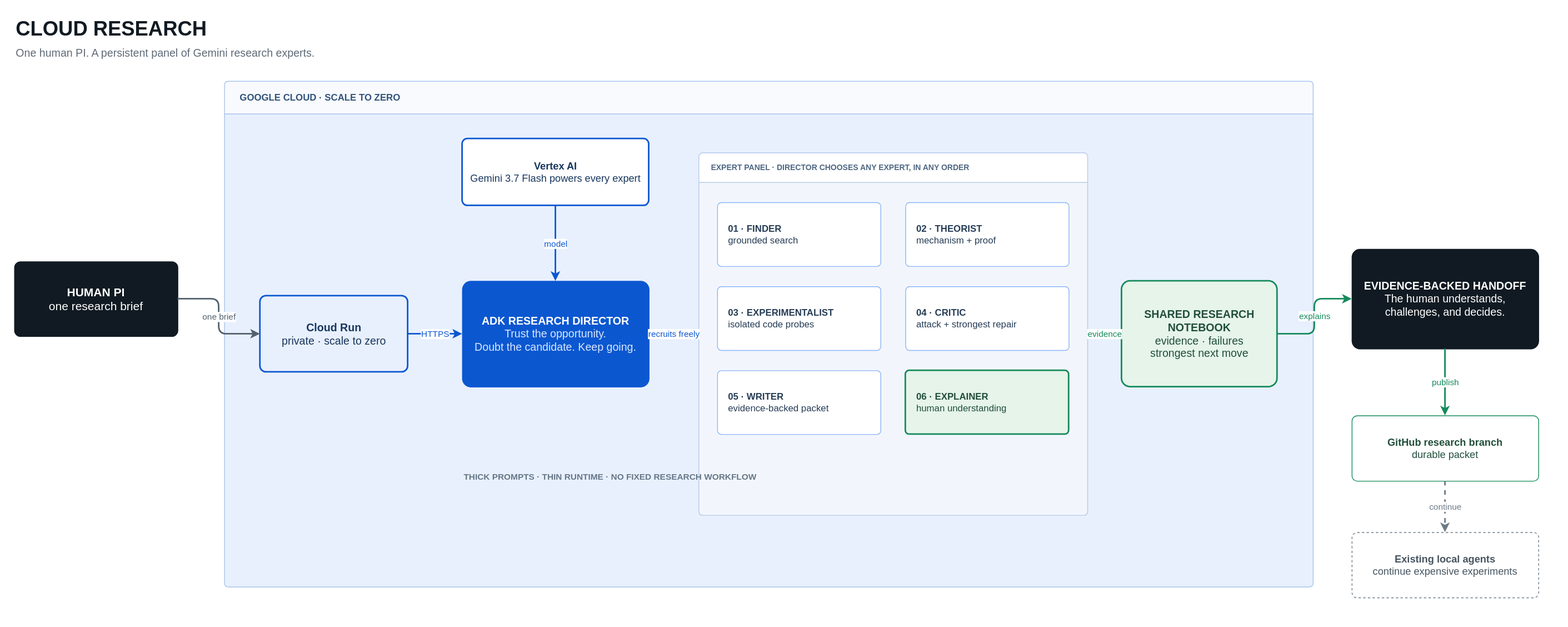
Earlier version of the draw.io export docs/cloud-research-architecture.drawio.svg (plbbl/cloud-research). Source tidied: cells renumbered, new cells last; positions are measured from the earlier drawing's top-left corner, leaving out a move shared by most shapes.
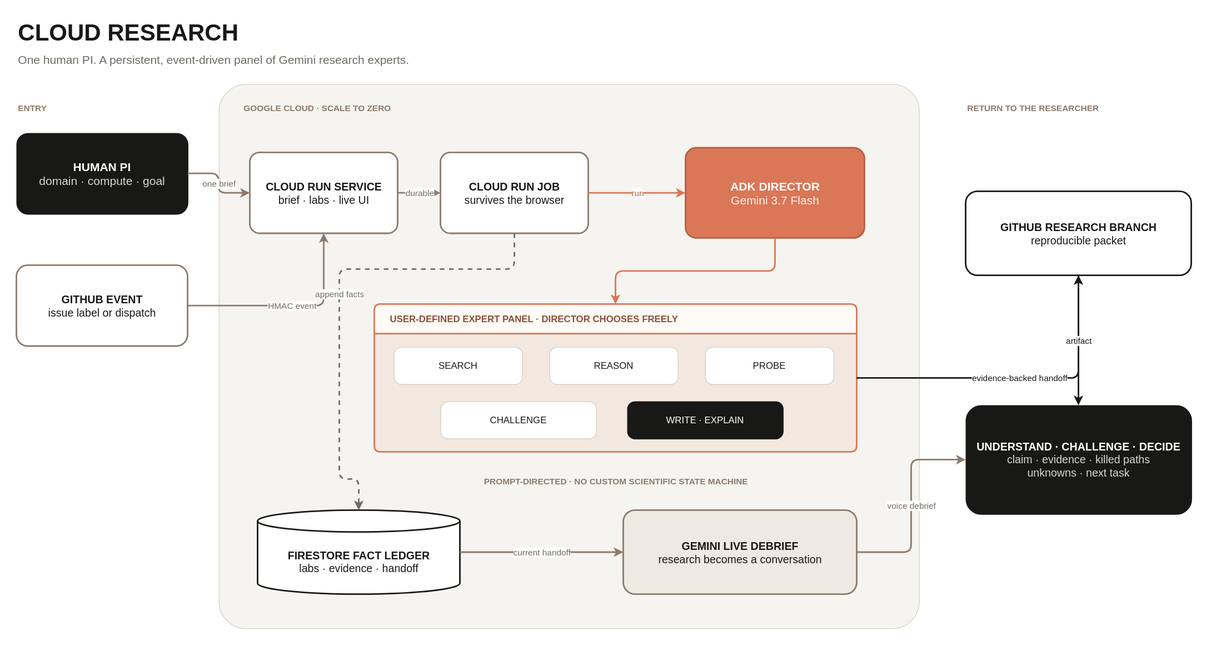
After the commit.

Change to the diagram source:
```diff
@@ -2,86 +2,107 @@
   <root>
     <mxCell id="0" />
     <mxCell id="1" parent="0" />
-    <mxCell id="2" value="CLOUD RESEARCH" style="text;html=1;align=left;verticalAlign=middle;fontSize=26;fontStyle=1;fontColor=#111A22;" parent="1" vertex="1">
-      <mxGeometry width="500" height="38" as="geometry" />
+    <mxCell id="2" value="CLOUD RESEARCH" style="text;html=1;align=left;verticalAlign=middle;fontSize=30;fontStyle=1;fontColor=#181817;" parent="1" vertex="1">
+      <mxGeometry x="-10" width="600" height="42" as="geometry" />
     </mxCell>
-    <mxCell id="3" value="One human PI. A persistent panel of Gemini research experts." style="text;html=1;align=left;verticalAlign=middle;fontSize=14;fontColor=#5F6B76;" parent="1" vertex="1">
-      <mxGeometry y="36" width="700" height="28" as="geometry" />
+    <mxCell id="3" value="One human PI. A persistent, event-driven panel of Gemini research experts." style="text;html=1;align=left;verticalAlign=middle;fontSize=15;fontColor=#6F6B64;" parent="1" vertex="1">
+      <mxGeometry x="-10" y="42" width="820" height="28" as="geometry" />
     </mxCell>
-    <mxCell id="4" value="&lt;b&gt;HUMAN PI&lt;/b&gt;&lt;br&gt;one research brief" style="rounded=1;arcSize=8;whiteSpace=wrap;html=1;fillColor=#111A22;strokeColor=#111A22;fontColor=#FFFFFF;fontSize=15;spacing=10;" parent="1" vertex="1">
-      <mxGeometry y="318" width="210" height="96" as="geometry" />
-    </mxCell>
+    <mxCell id="29" value="ENTRY" style="text;html=1;align=left;fontSize=11;fontStyle=1;fontColor=#8C7A6B;" parent="1" vertex="1">
+      <mxGeometry x="-10" y="106" width="220" height="24" as="geometry" />
+    </mxCell>
+    <mxCell id="30" value="&lt;b&gt;HUMAN PI&lt;/b&gt;&lt;br&gt;&lt;font color=&quot;#D9D6CF&quot;&gt;domain · compute · goal&lt;/font&gt;" style="rounded=1;arcSize=14;whiteSpace=wrap;html=1;fillColor=#181817;strokeColor=#181817;fontColor=#FFFFFF;fontSize=15;spacing=12;" parent="1" vertex="1">
+      <mxGeometry x="-10" y="151" width="220" height="104" as="geometry" />
+    </mxCell>
+    <mxCell id="31" value="&lt;b&gt;GITHUB EVENT&lt;/b&gt;&lt;br&gt;issue label or dispatch" style="rounded=1;arcSize=14;whiteSpace=wrap;html=1;fillColor=#FFFFFF;strokeColor=#8C7A6B;strokeWidth=2;fontColor=#181817;fontSize=14;spacing=12;" parent="1" vertex="1">
+      <mxGeometry x="-10" y="321" width="220" height="104" as="geometry" />
+    </mxCell>
-    <mxCell id="5" value="GOOGLE CLOUD · SCALE TO ZERO" style="swimlane;startSize=42;rounded=1;arcSize=4;whiteSpace=wrap;html=1;fillColor=#F8FAFD;swimlaneFillColor=#E8F0FE;strokeColor=#A8C3EB;fontColor=#31527A;fontStyle=1;fontSize=12;align=left;spacingLeft=18;" parent="1" vertex="1">
-      <mxGeometry x="270" y="86" width="1400" height="650" as="geometry" />
+    <mxCell id="5" style="rounded=1;arcSize=5;whiteSpace=wrap;html=1;fillColor=#F6F4F0;strokeColor=#D6D0C7;" parent="1" vertex="1">
+      <mxGeometry x="250" y="88" width="900" height="700" as="geometry" />
     </mxCell>
-    <mxCell id="6" value="&lt;b&gt;Cloud Run&lt;/b&gt;&lt;br&gt;private · scale to zero" style="rounded=1;arcSize=8;whiteSpace=wrap;html=1;fillColor=#E8F0FE;strokeColor=#0B57D0;strokeWidth=2;fontColor=#17365D;fontSize=14;spacing=8;" parent="5" vertex="1">
-      <mxGeometry x="46" y="276" width="190" height="98" as="geometry" />
-    </mxCell>
-    <mxCell id="7" value="&lt;b&gt;Vertex AI&lt;/b&gt;&lt;br&gt;Gemini 3.7 Flash powers every expert" style="rounded=1;arcSize=8;whiteSpace=wrap;html=1;fillColor=#FFFFFF;strokeColor=#0B57D0;strokeWidth=2;fontColor=#17365D;fontSize=13;spacing=8;" parent="5" vertex="1">
-      <mxGeometry x="306" y="74" width="240" height="86" as="geometry" />
-    </mxCell>
+    <mxCell id="32" value="GOOGLE CLOUD · SCALE TO ZERO" style="text;html=1;align=left;fontSize=11;fontStyle=1;fontColor=#8C7A6B;" parent="1" vertex="1">
+      <mxGeometry x="280" y="106" width="420" height="24" as="geometry" />
+    </mxCell>
+    <mxCell id="33" value="&lt;b&gt;CLOUD RUN SERVICE&lt;/b&gt;&lt;br&gt;brief · labs · live UI" style="rounded=1;arcSize=12;whiteSpace=wrap;html=1;fillColor=#FFFFFF;strokeColor=#8C7A6B;strokeWidth=2;fontColor=#181817;fontSize=14;spacing=10;" parent="1" vertex="1">
+      <mxGeometry x="290" y="176" width="190" height="104" as="geometry" />
+    </mxCell>
+    <mxCell id="34" value="&lt;b&gt;CLOUD RUN JOB&lt;/b&gt;&lt;br&gt;survives the browser" style="rounded=1;arcSize=12;whiteSpace=wrap;html=1;fillColor=#FFFFFF;strokeColor=#8C7A6B;strokeWidth=2;fontColor=#181817;fontSize=14;spacing=10;" parent="1" vertex="1">
+      <mxGeometry x="535" y="176" width="190" height="104" as="geometry" />
+    </mxCell>
-    <mxCell id="8" value="&lt;b&gt;ADK RESEARCH DIRECTOR&lt;/b&gt;&lt;br&gt;&lt;font color=&quot;#D9E7FF&quot;&gt;Trust the opportunity.&lt;br&gt;Doubt the candidate. Keep going.&lt;/font&gt;" style="rounded=1;arcSize=8;whiteSpace=wrap;html=1;fillColor=#0B57D0;strokeColor=#0B57D0;fontColor=#FFFFFF;fontSize=14;spacing=12;" parent="5" vertex="1">
-      <mxGeometry x="306" y="257" width="240" height="136" as="geometry" />
+    <mxCell id="8" value="&lt;b&gt;ADK DIRECTOR&lt;/b&gt;&lt;br&gt;&lt;font color=&quot;#FFF0EA&quot;&gt;Gemini 3.7 Flash&lt;/font&gt;" style="rounded=1;arcSize=12;whiteSpace=wrap;html=1;fillColor=#D97757;strokeColor=#B95E42;strokeWidth=2;fontColor=#FFFFFF;fontSize=15;spacing=12;" parent="1" vertex="1">
+      <mxGeometry x="850" y="170" width="230" height="116" as="geometry" />
     </mxCell>
+    <mxCell id="35" value="PROMPT-DIRECTED · NO CUSTOM SCIENTIFIC STATE MACHINE" style="text;html=1;align=center;fontSize=11;fontStyle=1;fontColor=#8C7A6B;" parent="1" vertex="1">
+      <mxGeometry x="450" y="586" width="620" height="28" as="geometry" />
+    </mxCell>
-    <mxCell id="9" value="EXPERT PANEL · DIRECTOR CHOOSES ANY EXPERT, IN ANY ORDER" style="swimlane;startSize=38;rounded=1;arcSize=5;whiteSpace=wrap;html=1;fillColor=#FFFFFF;swimlaneFillColor=#F2F6FC;strokeColor=#B6CAE7;fontColor=#4E6783;fontStyle=1;fontSize=10;align=left;spacingLeft=14;" parent="5" vertex="1">
-      <mxGeometry x="610" y="92" width="500" height="466" as="geometry" />
+    <mxCell id="9" value="USER-DEFINED EXPERT PANEL · DIRECTOR CHOOSES FREELY" style="swimlane;startSize=38;rounded=1;arcSize=7;whiteSpace=wrap;html=1;fillColor=#FFFBF7;swimlaneFillColor=#F3E8DF;strokeColor=#D97757;strokeWidth=2;fontColor=#8B4F39;fontStyle=1;fontSize=12;align=left;spacingLeft=18;" parent="1" vertex="1">
+      <mxGeometry x="450" y="371" width="620" height="190" as="geometry" />
     </mxCell>
-    <mxCell id="10" value="&lt;b&gt;01 · FINDER&lt;/b&gt;&lt;br&gt;grounded search" style="rounded=1;arcSize=6;whiteSpace=wrap;html=1;fillColor=#FFFFFF;strokeColor=#8AB4F8;fontColor=#263C55;fontSize=12;align=left;spacingLeft=12;" parent="9" vertex="1">
-      <mxGeometry x="24" y="64" width="210" height="82" as="geometry" />
+    <mxCell id="10" value="SEARCH" style="rounded=1;arcSize=20;whiteSpace=wrap;html=1;fillColor=#FFFFFF;strokeColor=#D6D0C7;fontColor=#181817;fontSize=12;" parent="1" vertex="1">
+      <mxGeometry x="475" y="426" width="165" height="48" as="geometry" />
     </mxCell>
-    <mxCell id="11" value="&lt;b&gt;02 · THEORIST&lt;/b&gt;&lt;br&gt;mechanism + proof" style="rounded=1;arcSize=6;whiteSpace=wrap;html=1;fillColor=#FFFFFF;strokeColor=#8AB4F8;fontColor=#263C55;fontSize=12;align=left;spacingLeft=12;" parent="9" vertex="1">
-      <mxGeometry x="266" y="64" width="210" height="82" as="geometry" />
-    </mxCell>
-    <mxCell id="12" value="&lt;b&gt;03 · EXPERIMENTALIST&lt;/b&gt;&lt;br&gt;isolated code probes" style="rounded=1;arcSize=6;whiteSpace=wrap;html=1;fillColor=#FFFFFF;strokeColor=#8AB4F8;fontColor=#263C55;fontSize=12;align=left;spacingLeft=12;" parent="9" vertex="1">
-      <mxGeometry x="24" y="172" width="210" height="82" as="geometry" />
-    </mxCell>
-    <mxCell id="13" value="&lt;b&gt;04 · CRITIC&lt;/b&gt;&lt;br&gt;attack + strongest repair" style="rounded=1;arcSize=6;whiteSpace=wrap;html=1;fillColor=#FFFFFF;strokeColor=#8AB4F8;fontColor=#263C55;fontSize=12;align=left;spacingLeft=12;" parent="9" vertex="1">
-      <mxGeometry x="266" y="172" width="210" height="82" as="geometry" />
-    </mxCell>
-    <mxCell id="14" value="&lt;b&gt;05 · WRITER&lt;/b&gt;&lt;br&gt;evidence-backed packet" style="rounded=1;arcSize=6;whiteSpace=wrap;html=1;fillColor=#FFFFFF;strokeColor=#8AB4F8;fontColor=#263C55;fontSize=12;align=left;spacingLeft=12;" parent="9" vertex="1">
-      <mxGeometry x="24" y="280" width="210" height="82" as="geometry" />
-    </mxCell>
-    <mxCell id="15" value="&lt;b&gt;06 · EXPLAINER&lt;/b&gt;&lt;br&gt;human understanding" style="rounded=1;arcSize=6;whiteSpace=wrap;html=1;fillColor=#E6F4EA;strokeColor=#168A5B;strokeWidth=2;fontColor=#214E3B;fontSize=12;align=left;spacingLeft=12;" parent="9" vertex="1">
-      <mxGeometry x="266" y="280" width="210" height="82" as="geometry" />
-    </mxCell>
-    <mxCell id="16" value="&lt;b&gt;SHARED RESEARCH NOTEBOOK&lt;/b&gt;&lt;br&gt;evidence · failures&lt;br&gt;strongest next move" style="rounded=1;arcSize=8;whiteSpace=wrap;html=1;fillColor=#E6F4EA;strokeColor=#168A5B;strokeWidth=2;fontColor=#214E3B;fontSize=14;spacing=10;" parent="5" vertex="1">
-      <mxGeometry x="1154" y="257" width="200" height="136" as="geometry" />
-    </mxCell>
-    <mxCell id="17" value="THICK PROMPTS · THIN RUNTIME · NO FIXED RESEARCH WORKFLOW" style="text;html=1;align=left;verticalAlign=middle;fontSize=11;fontStyle=1;fontColor=#677788;" parent="5" vertex="1">
-      <mxGeometry x="306" y="486" width="290" height="46" as="geometry" />
-    </mxCell>
+    <mxCell id="36" value="REASON" style="rounded=1;arcSize=20;whiteSpace=wrap;html=1;fillColor=#FFFFFF;strokeColor=#D6D0C7;fontColor=#181817;fontSize=12;" parent="1" vertex="1">
+      <mxGeometry x="675" y="426" width="165" height="48" as="geometry" />
+    </mxCell>
+    <mxCell id="37" value="PROBE" style="rounded=1;arcSize=20;whiteSpace=wrap;html=1;fillColor=#FFFFFF;strokeColor=#D6D0C7;fontColor=#181817;fontSize=12;" parent="1" vertex="1">
+      <mxGeometry x="875" y="426" width="165" height="48" as="geometry" />
+    </mxCell>
+    <mxCell id="38" value="CHALLENGE" style="rounded=1;arcSize=20;whiteSpace=wrap;html=1;fillColor=#FFFFFF;strokeColor=#D6D0C7;fontColor=#181817;fontSize=12;" parent="1" vertex="1">
+      <mxGeometry x="535" y="496" width="200" height="48" as="geometry" />
+    </mxCell>
+    <mxCell id="39" value="WRITE · EXPLAIN" style="rounded=1;arcSize=20;whiteSpace=wrap;html=1;fillColor=#181817;strokeColor=#181817;fontColor=#FFFFFF;fontSize=12;" parent="1" vertex="1">
+      <mxGeometry x="775" y="496" width="200" height="48" as="geometry" />
+    </mxCell>
+    <mxCell id="40" value="&lt;b&gt;FIRESTORE FACT LEDGER&lt;/b&gt;&lt;br&gt;labs · evidence · handoff" style="shape=cylinder3;whiteSpace=wrap;html=1;boundedLbl=1;backgroundOutline=1;size=14;fillColor=#FFFFFF;strokeColor=#181817;strokeWidth=2;fontColor=#181817;fontSize=14;spacing=8;" parent="1" vertex="1">
+      <mxGeometry x="300" y="636" width="260" height="108" as="geometry" />
+    </mxCell>
+    <mxCell id="41" value="&lt;b&gt;GEMINI LIVE DEBRIEF&lt;/b&gt;&lt;br&gt;research becomes a conversation" style="rounded=1;arcSize=14;whiteSpace=wrap;html=1;fillColor=#EEEAE3;strokeColor=#8C7A6B;strokeWidth=2;fontColor=#181817;fontSize=14;spacing=10;" parent="1" vertex="1">
+      <mxGeometry x="770" y="636" width="300" height="108" as="geometry" />
+    </mxCell>
+    <mxCell id="42" value="RETURN TO THE RESEARCHER" style="text;html=1;align=left;fontSize=11;fontStyle=1;fontColor=#8C7A6B;" parent="1" vertex="1">
+      <mxGeometry x="1210" y="106" width="300" height="24" as="geometry" />
+    </mxCell>
+    <mxCell id="43" value="&lt;b&gt;GITHUB RESEARCH BRANCH&lt;/b&gt;&lt;br&gt;reproducible packet" style="rounded=1;arcSize=14;whiteSpace=wrap;html=1;fillColor=#FFFFFF;strokeColor=#181817;strokeWidth=2;fontColor=#181817;fontSize=14;spacing=12;" parent="1" vertex="1">
+      <mxGeometry x="1210" y="226" width="290" height="108" as="geometry" />
+    </mxCell>
-    <mxCell id="18" value="&lt;b&gt;EVIDENCE-BACKED HANDOFF&lt;/b&gt;&lt;br&gt;The human understands, challenges, and decides." style="rounded=1;arcSize=8;whiteSpace=wrap;html=1;fillColor=#111A22;strokeColor=#111A22;fontColor=#FFFFFF;fontSize=14;spacing=12;" parent="1" vertex="1">
-      <mxGeometry x="1720" y="302" width="240" height="128" as="geometry" />
+    <mxCell id="18" value="&lt;b&gt;UNDERSTAND · CHALLENGE · DECIDE&lt;/b&gt;&lt;br&gt;&lt;font color=&quot;#D9D6CF&quot;&gt;claim · evidence · killed paths&lt;br&gt;unknowns · next task&lt;/font&gt;" style="rounded=1;arcSize=14;whiteSpace=wrap;html=1;fillColor=#181817;strokeColor=#181817;fontColor=#FFFFFF;fontSize=14;spacing=14;" parent="1" vertex="1">
+      <mxGeometry x="1210" y="501" width="290" height="140" as="geometry" />
     </mxCell>
-    <mxCell id="19" value="&lt;b&gt;GitHub research branch&lt;/b&gt;&lt;br&gt;durable packet" style="rounded=1;arcSize=8;whiteSpace=wrap;html=1;fillColor=#FFFFFF;strokeColor=#168A5B;fontColor=#214E3B;fontSize=13;spacing=8;" parent="1" vertex="1">
-      <mxGeometry x="1720" y="516" width="240" height="84" as="geometry" />
-    </mxCell>
-    <mxCell id="20" value="&lt;b&gt;Existing local agents&lt;/b&gt;&lt;br&gt;continue expensive experiments" style="rounded=1;arcSize=8;whiteSpace=wrap;html=1;fillColor=#FFFFFF;strokeColor=#6C7A86;dashed=1;fontColor=#465460;fontSize=13;spacing=8;" parent="1" vertex="1">
-      <mxGeometry x="1720" y="666" width="240" height="84" as="geometry" />
-    </mxCell>
-    <mxCell id="21" value="one brief" style="edgeStyle=orthogonalEdgeStyle;rounded=1;html=1;strokeColor=#52616D;strokeWidth=2;fontColor=#52616D;fontSize=11;" parent="1" edge="1" source="4" target="6">
+    <mxCell id="21" value="one brief" style="edgeStyle=orthogonalEdgeStyle;rounded=1;html=1;strokeColor=#8C7A6B;strokeWidth=2;fontColor=#6F6B64;fontSize=11;" parent="1" edge="1" source="30" target="33">
       <mxGeometry relative="1" as="geometry" />
     </mxCell>
-    <mxCell id="22" value="HTTPS" style="edgeStyle=orthogonalEdgeStyle;rounded=1;html=1;strokeColor=#0B57D0;strokeWidth=2;fontColor=#0B57D0;fontSize=11;" parent="1" edge="1" source="6" target="8">
+    <mxCell id="22" value="HMAC event" style="edgeStyle=orthogonalEdgeStyle;rounded=1;html=1;strokeColor=#8C7A6B;strokeWidth=2;fontColor=#6F6B64;fontSize=11;" parent="1" edge="1" source="31" target="33">
       <mxGeometry relative="1" as="geometry" />
     </mxCell>
-    <mxCell id="23" value="model" style="edgeStyle=orthogonalEdgeStyle;rounded=1;html=1;strokeColor=#0B57D0;strokeWidth=2;fontColor=#0B57D0;fontSize=11;" parent="1" edge="1" source="7" target="8">
+    <mxCell id="23" value="durable" style="edgeStyle=orthogonalEdgeStyle;rounded=1;html=1;strokeColor=#8C7A6B;strokeWidth=2;fontColor=#6F6B64;fontSize=11;" parent="1" edge="1" source="33" target="34">
       <mxGeometry relative="1" as="geometry" />
     </mxCell>
-    <mxCell id="24" value="recruits freely" style="edgeStyle=orthogonalEdgeStyle;rounded=1;html=1;strokeColor=#0B57D0;strokeWidth=2;fontColor=#0B57D0;fontSize=11;" parent="1" edge="1" source="8" target="9">
+    <mxCell id="24" value="run" style="edgeStyle=orthogonalEdgeStyle;rounded=1;html=1;strokeColor=#D97757;strokeWidth=2;fontColor=#B95E42;fontSize=11;" parent="1" edge="1" source="34" target="8">
       <mxGeometry relative="1" as="geometry" />
     </mxCell>
-    <mxCell id="25" value="evidence" style="edgeStyle=orthogonalEdgeStyle;rounded=1;html=1;strokeColor=#168A5B;strokeWidth=2;fontColor=#168A5B;fontSize=11;" parent="1" edge="1" source="9" target="16">
+    <mxCell id="25" style="edgeStyle=orthogonalEdgeStyle;rounded=1;html=1;strokeColor=#D97757;strokeWidth=2;fontColor=#B95E42;fontSize=11;" parent="1" edge="1" source="8" target="9">
       <mxGeometry relative="1" as="geometry" />
     </mxCell>
-    <mxCell id="26" value="explains" style="edgeStyle=orthogonalEdgeStyle;rounded=1;html=1;strokeColor=#168A5B;strokeWidth=2;fontColor=#168A5B;fontSize=11;" parent="1" edge="1" source="16" target="18">
-      <mxGeometry relative="1" as="geometry" />
+    <mxCell id="26" value="append facts" style="edgeStyle=orthogonalEdgeStyle;rounded=1;html=1;dashed=1;strokeColor=#6F6B64;strokeWidth=2;fontColor=#6F6B64;fontSize=11;" parent="1" edge="1" source="34" target="40">
+      <mxGeometry relative="1" as="geometry">
+        <Array as="points">
+          <mxPoint x="630" y="326" />
+          <mxPoint x="405" y="326" />
+          <mxPoint x="405" y="596" />
+        </Array>
+      </mxGeometry>
     </mxCell>
-    <mxCell id="27" value="publish" style="edgeStyle=orthogonalEdgeStyle;rounded=1;html=1;strokeColor=#168A5B;strokeWidth=2;fontColor=#168A5B;fontSize=11;" parent="1" edge="1" source="18" target="19">
+    <mxCell id="27" value="current handoff" style="edgeStyle=orthogonalEdgeStyle;rounded=1;html=1;strokeColor=#8C7A6B;strokeWidth=2;fontColor=#6F6B64;fontSize=11;" parent="1" edge="1" source="40" target="41">
       <mxGeometry relative="1" as="geometry" />
     </mxCell>
-    <mxCell id="28" value="continue" style="edgeStyle=orthogonalEdgeStyle;rounded=1;html=1;dashed=1;strokeColor=#6C7A86;strokeWidth=2;fontColor=#6C7A86;fontSize=11;" parent="1" edge="1" source="19" target="20">
+    <mxCell id="28" value="evidence-backed handoff" style="edgeStyle=orthogonalEdgeStyle;rounded=1;html=1;strokeColor=#181817;strokeWidth=2;fontColor=#181817;fontSize=11;" parent="1" edge="1" source="9" target="43">
       <mxGeometry relative="1" as="geometry" />
     </mxCell>
+    <mxCell id="44" value="artifact" style="edgeStyle=orthogonalEdgeStyle;rounded=1;html=1;strokeColor=#181817;strokeWidth=2;fontColor=#181817;fontSize=11;" parent="1" edge="1" source="43" target="18">
+      <mxGeometry relative="1" as="geometry" />
+    </mxCell>
+    <mxCell id="45" value="voice debrief" style="edgeStyle=orthogonalEdgeStyle;rounded=1;html=1;strokeColor=#8C7A6B;strokeWidth=2;fontColor=#6F6B64;fontSize=11;" parent="1" edge="1" source="41" target="18">
+      <mxGeometry relative="1" as="geometry" />
+    </mxCell>
   </root>
 </mxGraphModel>
```
